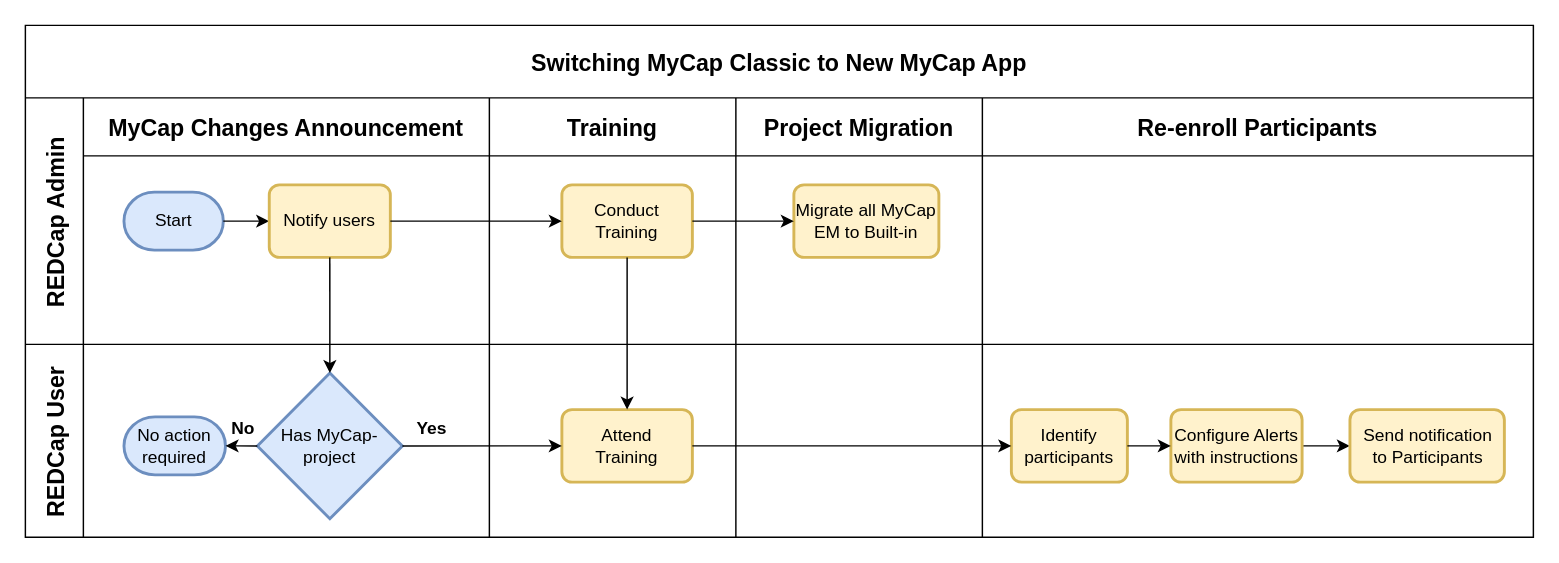
The draw.io diagram mycap.drawio in cnsp/MyCap-Migration-Workflow, before the edit. Source tidied: cells renumbered, new cells numbered last; positions are measured from the earlier drawing's top-left corner, leaving out a move shared by most shapes. Both pictures are drawn from the tidied source at 145%, with x=0, y=0 at pixel (25, 25).
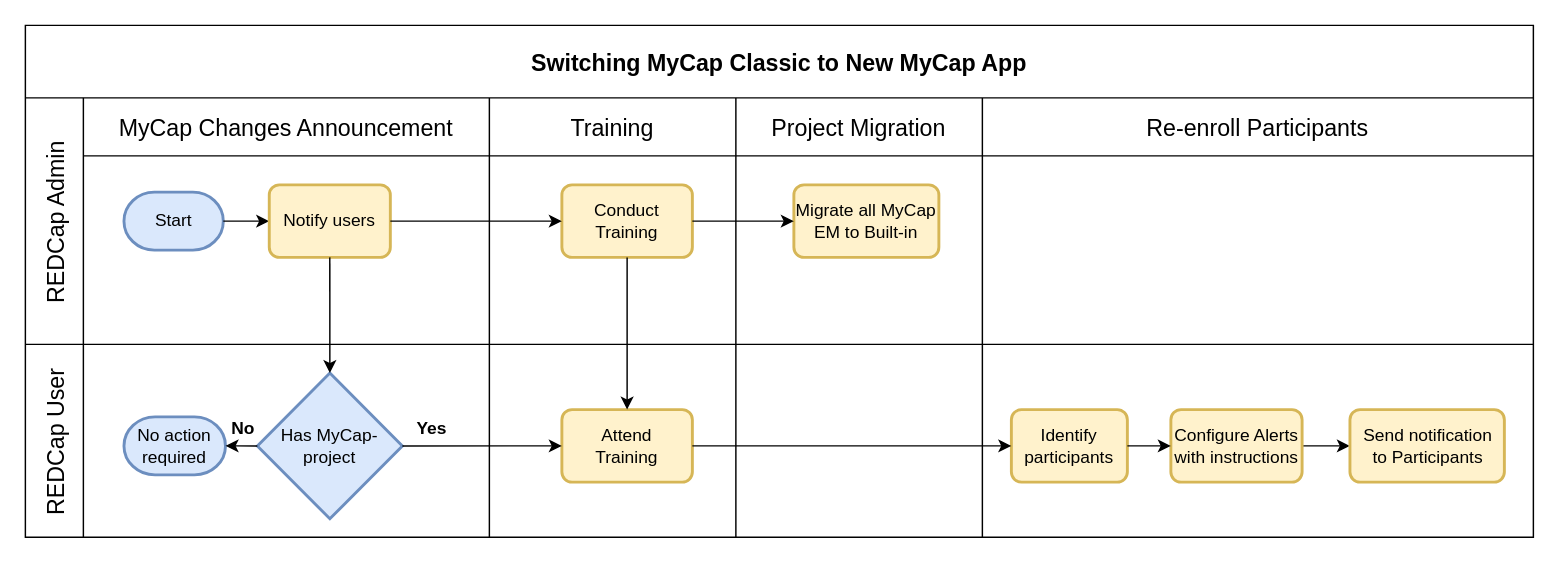
Above is the later version.

The change refers to these unchanged cells:
```xml
<mxCell id="2" value="Switching MyCap Classic to New MyCap App" style="shape=table;childLayout=tableLayout;startSize=50;fontSize=16;fontStyle=1;" parent="1" vertex="1">
  <mxGeometry width="1040" height="353" as="geometry" />
</mxCell>
```

Change to the diagram source:
```diff
@@
-    <mxCell id="3" value="REDCap Admin" style="shape=tableRow;horizontal=0;swimlaneHead=0;swimlaneBody=0;top=0;left=0;strokeColor=inherit;bottom=0;right=0;fontStyle=1;fillColor=none;startSize=40;fontSize=16;" parent="2" vertex="1">
+    <mxCell id="3" value="REDCap Admin" style="shape=tableRow;horizontal=0;swimlaneHead=0;swimlaneBody=0;top=0;left=0;strokeColor=inherit;bottom=0;right=0;fontStyle=0;fillColor=none;startSize=40;fontSize=16;" parent="2" vertex="1">
       <mxGeometry y="50" width="1040" height="170" as="geometry" />
     </mxCell>
-    <mxCell id="4" value="MyCap Changes Announcement" style="swimlane;swimlaneHead=0;swimlaneBody=0;fontStyle=1;strokeColor=inherit;fillColor=none;startSize=40;fontSize=16;" parent="3" vertex="1">
+    <mxCell id="4" value="MyCap Changes Announcement" style="swimlane;swimlaneHead=0;swimlaneBody=0;fontStyle=0;strokeColor=inherit;fillColor=none;startSize=40;fontSize=16;" parent="3" vertex="1">
       <mxGeometry x="40" width="280" height="170" as="geometry" />
     </mxCell>
@@
-    <mxCell id="8" value="Training" style="swimlane;swimlaneHead=0;swimlaneBody=0;fontStyle=1;strokeColor=inherit;fillColor=none;startSize=40;fontSize=16;" parent="3" vertex="1">
+    <mxCell id="8" value="Training" style="swimlane;swimlaneHead=0;swimlaneBody=0;fontStyle=0;strokeColor=inherit;fillColor=none;startSize=40;fontSize=16;" parent="3" vertex="1">
       <mxGeometry x="320" width="170" height="170" as="geometry" />
     </mxCell>
@@
-    <mxCell id="10" value="Project Migration" style="swimlane;swimlaneHead=0;swimlaneBody=0;fontStyle=1;strokeColor=inherit;fillColor=none;startSize=40;fontSize=16;" parent="3" vertex="1">
+    <mxCell id="10" value="Project Migration" style="swimlane;swimlaneHead=0;swimlaneBody=0;fontStyle=0;strokeColor=inherit;fillColor=none;startSize=40;fontSize=16;" parent="3" vertex="1">
       <mxGeometry x="490" width="170" height="170" as="geometry" />
     </mxCell>
@@
-    <mxCell id="12" value="Re-enroll Participants" style="swimlane;swimlaneHead=0;swimlaneBody=0;fontStyle=1;strokeColor=inherit;fillColor=none;startSize=40;fontSize=16;" parent="3" vertex="1">
+    <mxCell id="12" value="Re-enroll Participants" style="swimlane;swimlaneHead=0;swimlaneBody=0;fontStyle=0;strokeColor=inherit;fillColor=none;startSize=40;fontSize=16;" parent="3" vertex="1">
       <mxGeometry x="660" width="380" height="170" as="geometry" />
     </mxCell>
@@
-    <mxCell id="15" value="REDCap User" style="shape=tableRow;horizontal=0;swimlaneHead=0;swimlaneBody=0;top=0;left=0;strokeColor=inherit;bottom=0;right=0;fontStyle=1;fillColor=none;startSize=40;fontSize=16;" parent="2" vertex="1">
+    <mxCell id="15" value="REDCap User" style="shape=tableRow;horizontal=0;swimlaneHead=0;swimlaneBody=0;top=0;left=0;strokeColor=inherit;bottom=0;right=0;fontStyle=0;fillColor=none;startSize=40;fontSize=16;" parent="2" vertex="1">
       <mxGeometry y="220" width="1040" height="133" as="geometry" />
     </mxCell>
```
